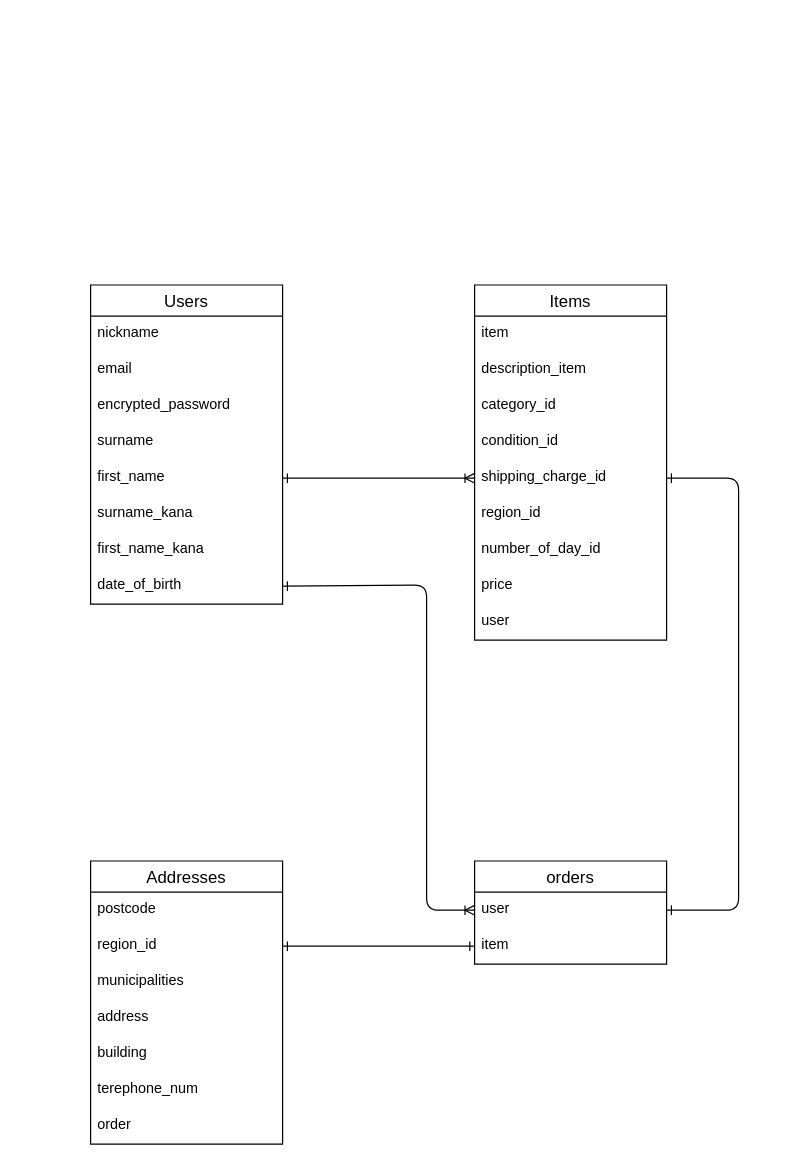
daikimatsuoka/furima-39264 keeps this draw.io diagram as test.dio. Above is the earlier version. Source tidied: cells renumbered, new cells numbered last; positions are measured from the earlier drawing's top-left corner, leaving out a move shared by most shapes. Both pictures are drawn from the tidied source at 120%, with x=0, y=0 at pixel (90, 284).
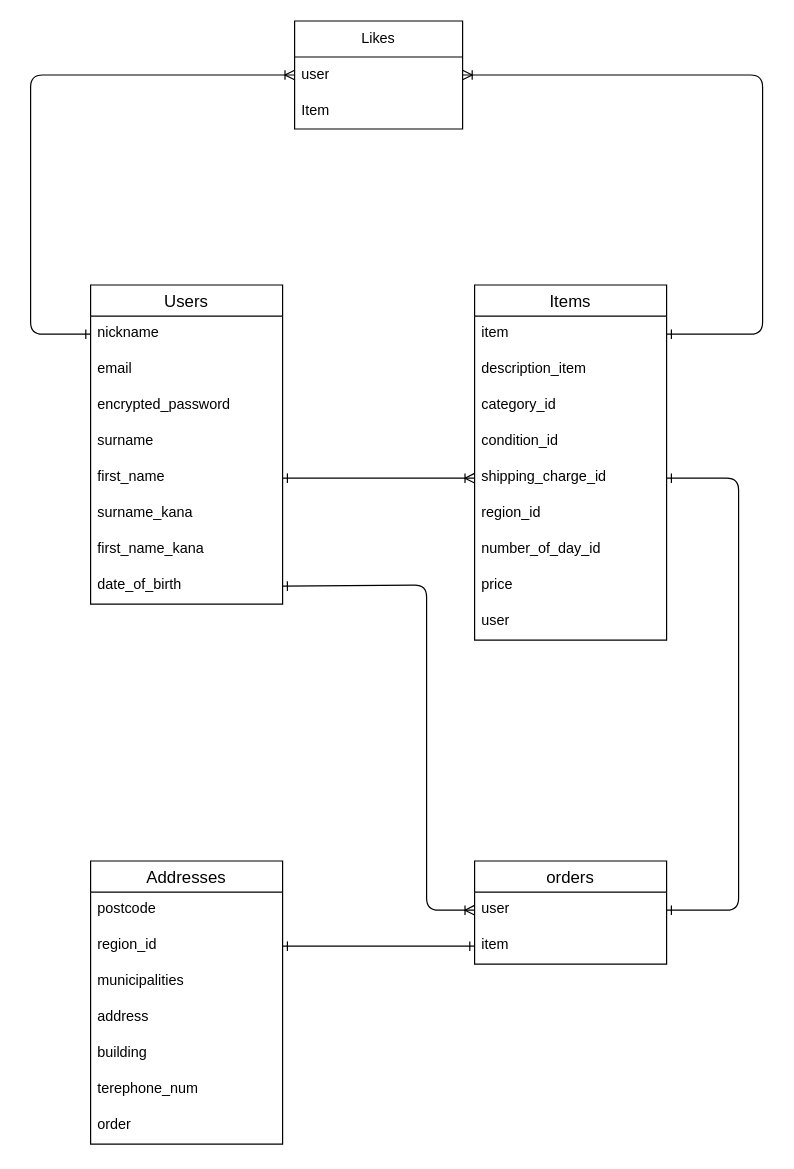
Above is the later version.

Commit message (it also covers changes not shown here):
いいね機能に関するREADME,ER図の追記

Unchanged cells that the change refers to:
```xml
<mxCell id="3" value="nickname" style="text;strokeColor=none;fillColor=none;spacingLeft=4;spacingRight=4;overflow=hidden;points=[[0,0.5],[1,0.5]];portConstraint=eastwest;fontSize=12;" parent="2" vertex="1">
  <mxGeometry y="26" width="160" height="30" as="geometry" />
</mxCell>
<mxCell id="12" value="item" style="text;strokeColor=none;fillColor=none;spacingLeft=4;spacingRight=4;overflow=hidden;points=[[0,0.5],[1,0.5]];portConstraint=eastwest;fontSize=12;" parent="11" vertex="1">
  <mxGeometry y="26" width="160" height="30" as="geometry" />
</mxCell>
```

What changed in the source:
```diff
@@
+    <mxCell id="36" value="Likes" style="swimlane;fontStyle=0;horizontal=1;startSize=30;whiteSpace=wrap;html=1;" parent="1" vertex="1">
+      <mxGeometry x="170" y="-220" width="140" height="90" as="geometry" />
+    </mxCell>
+    <mxCell id="37" value="user" style="text;strokeColor=none;fillColor=none;align=left;verticalAlign=middle;spacingLeft=4;spacingRight=4;overflow=hidden;points=[[0,0.5],[1,0.5]];portConstraint=eastwest;whiteSpace=wrap;html=1;" parent="36" vertex="1">
+      <mxGeometry y="30" width="140" height="30" as="geometry" />
+    </mxCell>
+    <mxCell id="38" value="Item&amp;nbsp;" style="text;strokeColor=none;fillColor=none;align=left;verticalAlign=middle;spacingLeft=4;spacingRight=4;overflow=hidden;whiteSpace=wrap;html=1;" parent="36" vertex="1">
+      <mxGeometry y="60" width="140" height="30" as="geometry" />
+    </mxCell>
+    <mxCell id="39" style="edgeStyle=none;html=1;exitX=1;exitY=0.5;exitDx=0;exitDy=0;entryX=1;entryY=0.5;entryDx=0;entryDy=0;startArrow=ERone;startFill=0;endArrow=ERoneToMany;endFill=0;" parent="1" edge="1" source="12" target="37">
+      <mxGeometry relative="1" as="geometry">
+        <Array as="points">
+          <mxPoint x="560" y="41" />
+          <mxPoint x="560" y="-175" />
+        </Array>
+      </mxGeometry>
+    </mxCell>
+    <mxCell id="40" style="edgeStyle=none;html=1;exitX=0;exitY=0.5;exitDx=0;exitDy=0;entryX=0;entryY=0.5;entryDx=0;entryDy=0;startArrow=ERone;startFill=0;endArrow=ERoneToMany;endFill=0;" parent="1" edge="1" source="3" target="37">
+      <mxGeometry relative="1" as="geometry">
+        <Array as="points">
+          <mxPoint x="-50" y="41" />
+          <mxPoint x="-50" y="-175" />
+        </Array>
+      </mxGeometry>
+    </mxCell>
```
